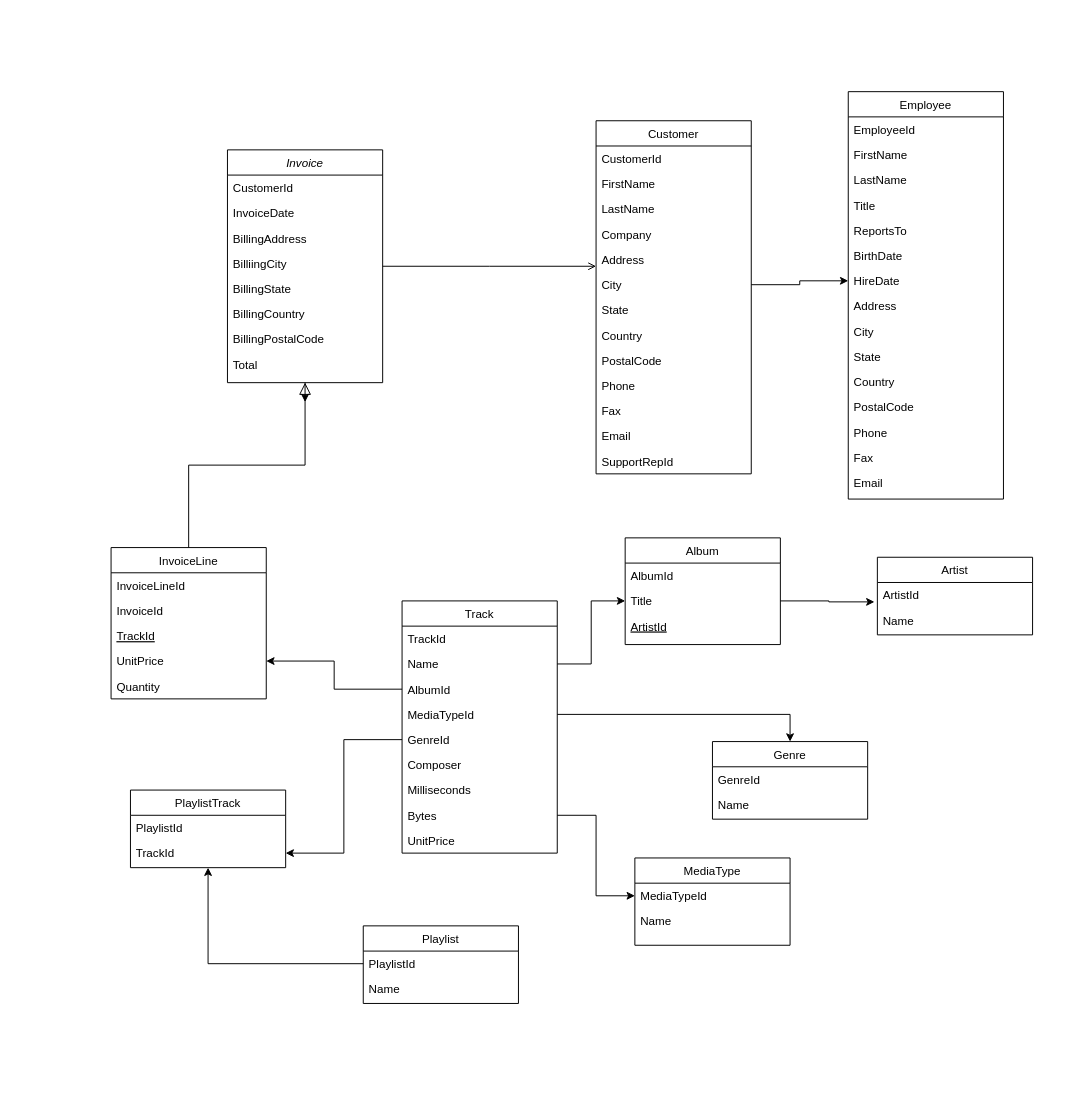
Before: page "Page-1" (1 of 2) of Chinook/Untitled Diagram.drawio in andrepegoraro/analytics-engineering, a draw.io diagram. Source tidied: cells renumbered, new cells numbered last; positions are measured from the earlier drawing's top-left corner, leaving out a move shared by most shapes. Both pictures are drawn from the tidied source at 97%, with x=0, y=0 at pixel (111, 91).
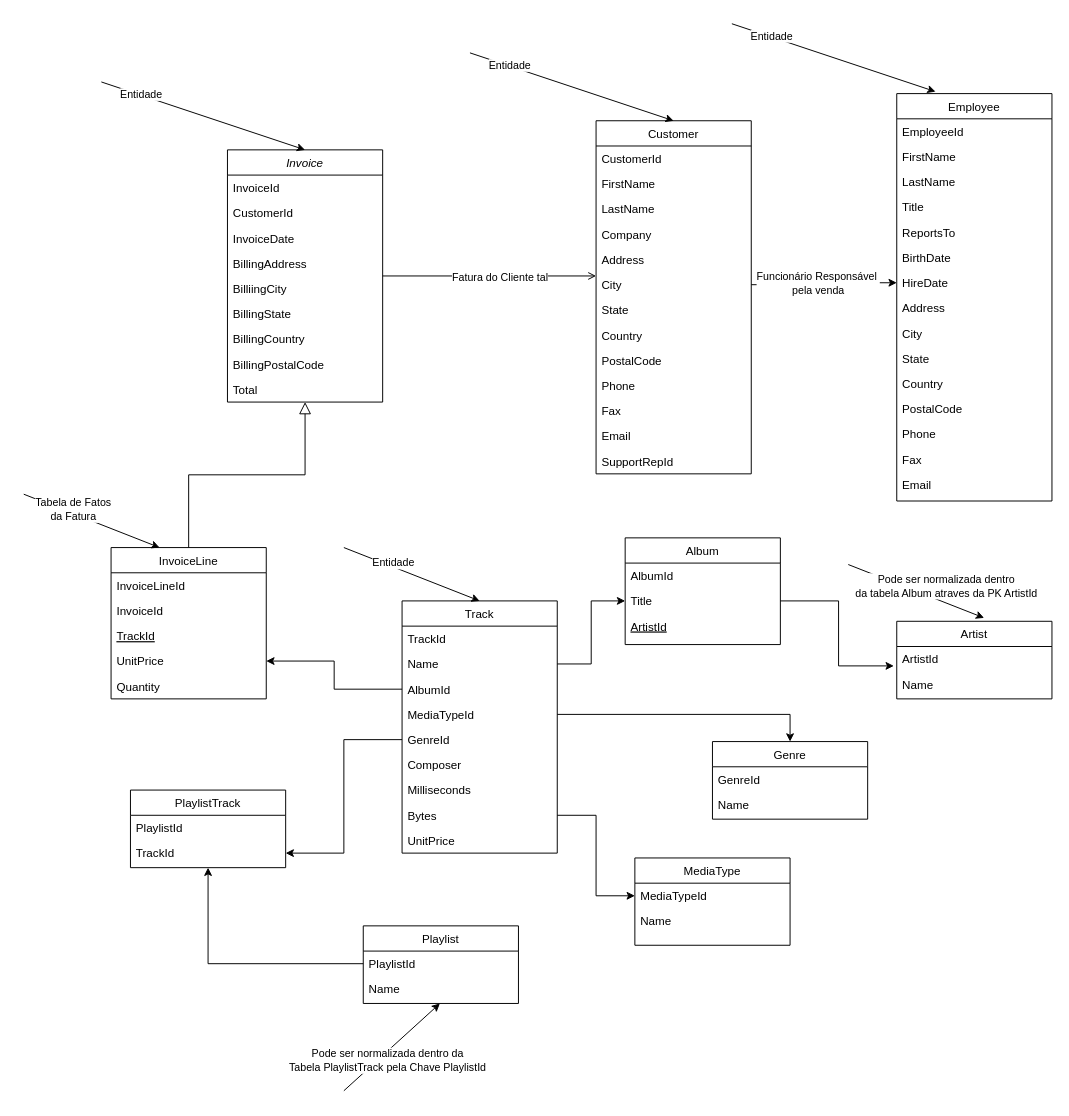
The same page after the edit.

Unchanged cells that the change refers to:
```xml
<mxCell id="43" style="endArrow=open;shadow=0;strokeWidth=1;rounded=0;endFill=1;edgeStyle=elbowEdgeStyle;elbow=vertical;" parent="1" edge="1" source="3" target="29">
  <mxGeometry x="0.5" y="41" relative="1" as="geometry">
    <mxPoint x="-40" y="32" as="offset" />
  </mxGeometry>
</mxCell>
<mxCell id="60" style="edgeStyle=orthogonalEdgeStyle;rounded=0;jettySize=auto;html=1;exitX=1;exitY=0.5;exitDx=0;exitDy=0;entryX=0;entryY=0.5;entryDx=0;entryDy=0;" parent="1" edge="1" source="35" target="51">
  <mxGeometry relative="1" as="geometry" />
</mxCell>
```

Diff of the diagram source:
```diff
@@
     <mxCell id="3" value="Invoice" style="swimlane;fontStyle=2;align=center;verticalAlign=top;horizontal=1;startSize=26;rounded=0;shadow=0;strokeWidth=1;" parent="1" vertex="1">
-      <mxGeometry x="120" y="60" width="160" height="240" as="geometry" />
+      <mxGeometry x="120" y="60" width="160" height="260" as="geometry" />
     </mxCell>
+    <mxCell id="87" value="InvoiceId&#10;" style="text;align=left;verticalAlign=top;spacingLeft=4;spacingRight=4;overflow=hidden;" parent="3" vertex="1">
+      <mxGeometry y="26" width="160" height="26" as="geometry" />
+    </mxCell>
     <mxCell id="4" value="CustomerId" style="text;align=left;verticalAlign=top;spacingLeft=4;spacingRight=4;overflow=hidden;" parent="3" vertex="1">
-      <mxGeometry y="26" width="160" height="26" as="geometry" />
+      <mxGeometry y="52" width="160" height="26" as="geometry" />
     </mxCell>
     <mxCell id="5" value="InvoiceDate" style="text;align=left;verticalAlign=top;spacingLeft=4;spacingRight=4;overflow=hidden;rounded=0;shadow=0;html=0;" parent="3" vertex="1">
-      <mxGeometry y="52" width="160" height="26" as="geometry" />
+      <mxGeometry y="78" width="160" height="26" as="geometry" />
     </mxCell>
     <mxCell id="6" value="BillingAddress" style="text;align=left;verticalAlign=top;spacingLeft=4;spacingRight=4;overflow=hidden;rounded=0;shadow=0;html=0;" parent="3" vertex="1">
-      <mxGeometry y="78" width="160" height="26" as="geometry" />
+      <mxGeometry y="104" width="160" height="26" as="geometry" />
     </mxCell>
     <mxCell id="7" value="BilliingCity" style="text;align=left;verticalAlign=top;spacingLeft=4;spacingRight=4;overflow=hidden;" parent="3" vertex="1">
-      <mxGeometry y="104" width="160" height="26" as="geometry" />
+      <mxGeometry y="130" width="160" height="26" as="geometry" />
     </mxCell>
     <mxCell id="8" value="BillingState" style="text;align=left;verticalAlign=top;spacingLeft=4;spacingRight=4;overflow=hidden;" parent="3" vertex="1">
-      <mxGeometry y="130" width="160" height="26" as="geometry" />
+      <mxGeometry y="156" width="160" height="26" as="geometry" />
     </mxCell>
     <mxCell id="9" value="BillingCountry" style="text;align=left;verticalAlign=top;spacingLeft=4;spacingRight=4;overflow=hidden;" parent="3" vertex="1">
-      <mxGeometry y="156" width="160" height="26" as="geometry" />
+      <mxGeometry y="182" width="160" height="26" as="geometry" />
     </mxCell>
     <mxCell id="10" value="BillingPostalCode" style="text;align=left;verticalAlign=top;spacingLeft=4;spacingRight=4;overflow=hidden;" parent="3" vertex="1">
-      <mxGeometry y="182" width="160" height="26" as="geometry" />
+      <mxGeometry y="208" width="160" height="26" as="geometry" />
     </mxCell>
     <mxCell id="11" value="Total" style="text;align=left;verticalAlign=top;spacingLeft=4;spacingRight=4;overflow=hidden;" parent="3" vertex="1">
-      <mxGeometry y="208" width="160" height="26" as="geometry" />
+      <mxGeometry y="234" width="160" height="26" as="geometry" />
     </mxCell>
@@
+    <mxCell id="88" value="Fatura do Cliente tal" style="edgeLabel;html=1;align=center;verticalAlign=middle;" parent="43" vertex="1">
+      <mxGeometry x="0.34" y="1" relative="1" as="geometry">
+        <mxPoint x="-27" y="2" as="offset" />
+      </mxGeometry>
+    </mxCell>
     <mxCell id="44" value="Employee" style="swimlane;fontStyle=0;align=center;verticalAlign=top;horizontal=1;startSize=26;rounded=0;shadow=0;strokeWidth=1;" parent="1" vertex="1">
-      <mxGeometry x="760" width="160" height="420" as="geometry" />
+      <mxGeometry x="810" y="2" width="160" height="420" as="geometry" />
     </mxCell>
@@
+    <mxCell id="89" value="Funcionário Responsável&amp;nbsp;&lt;br&gt;pela venda" style="edgeLabel;html=1;align=center;verticalAlign=middle;" parent="60" vertex="1">
+      <mxGeometry x="-0.32" relative="1" as="geometry">
+        <mxPoint x="16" y="-2" as="offset" />
+      </mxGeometry>
+    </mxCell>
@@
     <mxCell id="71" value="Artist" style="swimlane;fontStyle=0;align=center;verticalAlign=top;horizontal=1;startSize=26;rounded=0;shadow=0;strokeWidth=1;" parent="1" vertex="1">
-      <mxGeometry x="790" y="480" width="160" height="80" as="geometry" />
+      <mxGeometry x="810" y="546" width="160" height="80" as="geometry" />
     </mxCell>
@@
+    <mxCell id="90" style="endArrow=classic;html=1;entryX=0.5;entryY=0;entryDx=0;entryDy=0;" parent="1" edge="1" target="3">
+      <mxGeometry relative="1" as="geometry">
+        <mxPoint x="-10" y="-10" as="sourcePoint" />
+      </mxGeometry>
+    </mxCell>
+    <mxCell id="91" value="Entidade" style="edgeLabel;html=1;align=center;verticalAlign=middle;" parent="90" vertex="1">
+      <mxGeometry x="-0.62" y="1" relative="1" as="geometry" />
+    </mxCell>
+    <mxCell id="92" style="endArrow=classic;html=1;entryX=0.5;entryY=0;entryDx=0;entryDy=0;" parent="1" edge="1">
+      <mxGeometry relative="1" as="geometry">
+        <mxPoint x="370" y="-40" as="sourcePoint" />
+        <mxPoint x="580" y="30" as="targetPoint" />
+      </mxGeometry>
+    </mxCell>
+    <mxCell id="93" value="Entidade" style="edgeLabel;html=1;align=center;verticalAlign=middle;" parent="92" vertex="1">
+      <mxGeometry x="-0.62" y="1" relative="1" as="geometry" />
+    </mxCell>
+    <mxCell id="94" style="endArrow=classic;html=1;entryX=0.5;entryY=0;entryDx=0;entryDy=0;" parent="1" edge="1">
+      <mxGeometry relative="1" as="geometry">
+        <mxPoint x="640" y="-70" as="sourcePoint" />
+        <mxPoint x="850" as="targetPoint" />
+      </mxGeometry>
+    </mxCell>
+    <mxCell id="95" value="Entidade" style="edgeLabel;html=1;align=center;verticalAlign=middle;" parent="94" vertex="1">
+      <mxGeometry x="-0.62" y="1" relative="1" as="geometry" />
+    </mxCell>
+    <mxCell id="96" style="endArrow=classic;html=1;entryX=0.5;entryY=0;entryDx=0;entryDy=0;" parent="1" edge="1">
+      <mxGeometry relative="1" as="geometry">
+        <mxPoint x="240" y="470" as="sourcePoint" />
+        <mxPoint x="380" y="525" as="targetPoint" />
+      </mxGeometry>
+    </mxCell>
+    <mxCell id="97" value="Entidade" style="edgeLabel;html=1;align=center;verticalAlign=middle;" parent="96" vertex="1">
+      <mxGeometry x="-0.62" y="1" relative="1" as="geometry">
+        <mxPoint x="23" y="6" as="offset" />
+      </mxGeometry>
+    </mxCell>
+    <mxCell id="98" style="endArrow=classic;html=1;entryX=0.5;entryY=0;entryDx=0;entryDy=0;" parent="1" edge="1">
+      <mxGeometry relative="1" as="geometry">
+        <mxPoint x="-90" y="415" as="sourcePoint" />
+        <mxPoint x="50" y="470" as="targetPoint" />
+      </mxGeometry>
+    </mxCell>
+    <mxCell id="99" value="Tabela de Fatos&lt;br&gt;da Fatura" style="edgeLabel;html=1;align=center;verticalAlign=middle;" parent="98" vertex="1">
+      <mxGeometry x="-0.62" y="1" relative="1" as="geometry">
+        <mxPoint x="23" y="6" as="offset" />
+      </mxGeometry>
+    </mxCell>
+    <mxCell id="100" style="endArrow=classic;html=1;entryX=0.5;entryY=0;entryDx=0;entryDy=0;" parent="1" edge="1">
+      <mxGeometry relative="1" as="geometry">
+        <mxPoint x="760" y="487.5" as="sourcePoint" />
+        <mxPoint x="900" y="542.5" as="targetPoint" />
+      </mxGeometry>
+    </mxCell>
+    <mxCell id="101" value="Pode ser normalizada dentro&lt;br&gt;da tabela Album atraves da PK ArtistId" style="edgeLabel;html=1;align=center;verticalAlign=middle;" parent="100" vertex="1">
+      <mxGeometry x="-0.62" y="1" relative="1" as="geometry">
+        <mxPoint x="73" y="12" as="offset" />
+      </mxGeometry>
+    </mxCell>
+    <mxCell id="102" style="endArrow=classic;html=1;" parent="1" edge="1">
+      <mxGeometry relative="1" as="geometry">
+        <mxPoint x="240" y="1030" as="sourcePoint" />
+        <mxPoint x="339" y="940" as="targetPoint" />
+      </mxGeometry>
+    </mxCell>
+    <mxCell id="103" value="Pode ser normalizada dentro da&lt;br&gt;Tabela PlaylistTrack pela Chave PlaylistId" style="edgeLabel;html=1;align=center;verticalAlign=middle;" parent="102" vertex="1">
+      <mxGeometry x="-0.2" y="-7" relative="1" as="geometry" />
+    </mxCell>
```
